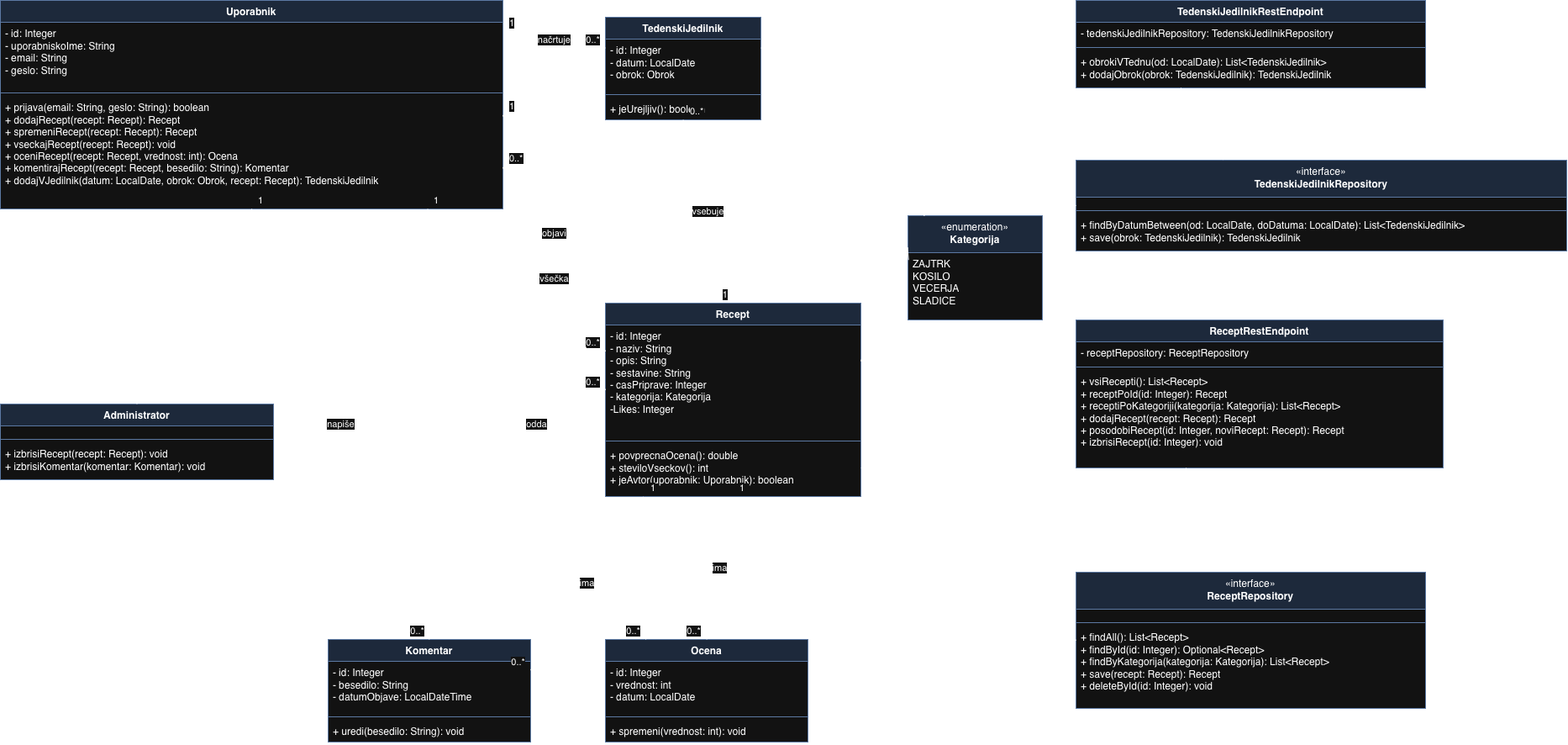
This is frontend/src/images/razredni-diagram.png from rokkk56/RecipeBook, a draw.io export, as it was before one commit. Source tidied: cells renumbered, new cells last; positions are measured from the earlier drawing's top-left corner, leaving out a move shared by most shapes.
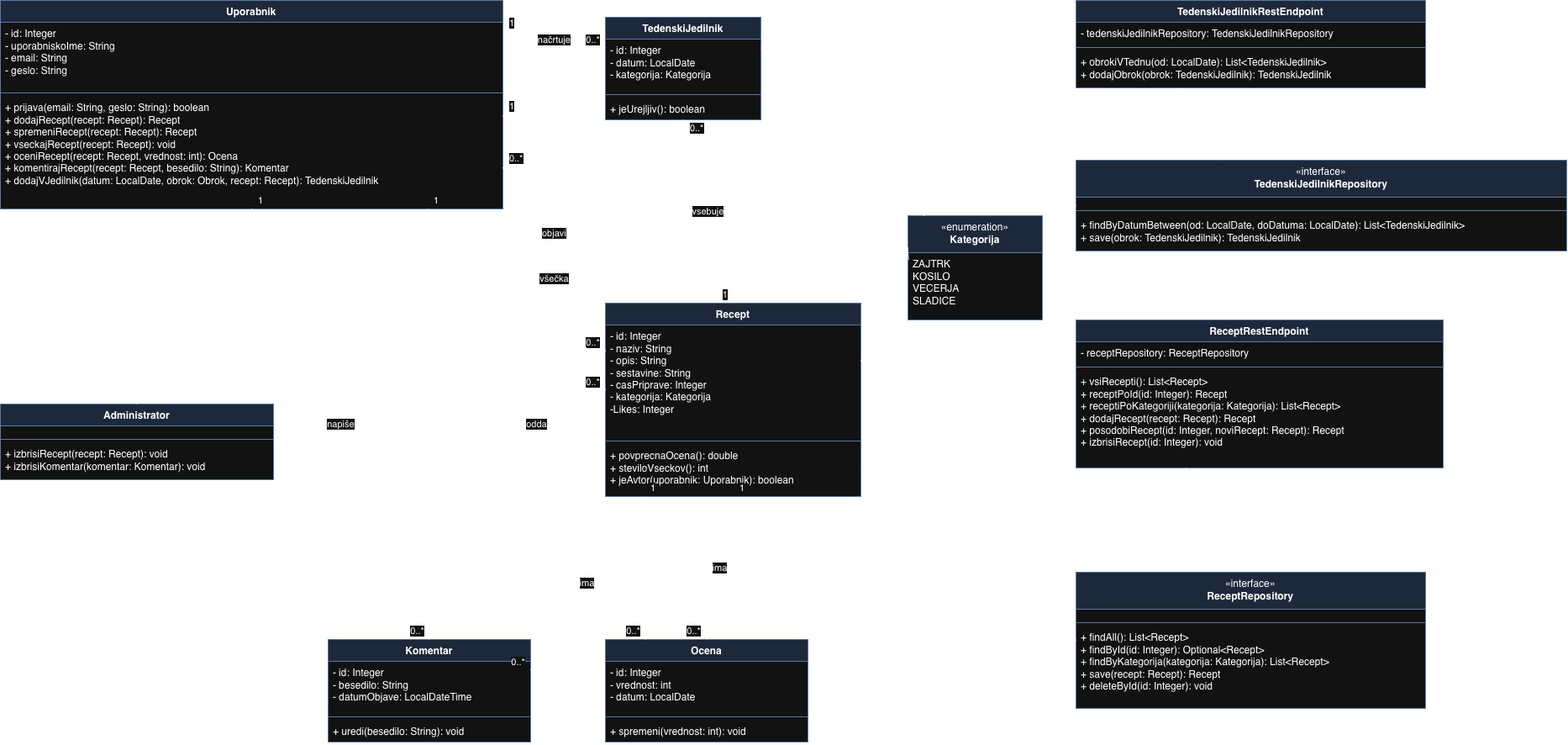
The same diagram one commit later.

Commit message:
Popravljen razredni diagram

Change to the diagram source:
```diff
@@ -29,7 +29,7 @@
     <mxCell id="10" value="TedenskiJedilnik" style="swimlane;fontStyle=1;align=center;verticalAlign=top;horizontal=1;startSize=26;whiteSpace=wrap;html=1;fillColor=#dae8fc;strokeColor=#6c8ebf;swimlaneFillColor=#ffffff;" parent="1" vertex="1">
       <mxGeometry x="720" y="20" width="185" height="122" as="geometry" />
     </mxCell>
-    <mxCell id="11" value="- id: Integer&lt;br&gt;- datum: LocalDate&lt;br&gt;- obrok: Obrok" style="text;strokeColor=none;fillColor=none;align=left;verticalAlign=top;spacingLeft=4;spacingRight=4;overflow=hidden;whiteSpace=wrap;html=1;" parent="10" vertex="1">
+    <mxCell id="11" value="- id: Integer&lt;br&gt;- datum: LocalDate&lt;br&gt;- kategorija: Kategorija" style="text;strokeColor=none;fillColor=none;align=left;verticalAlign=top;spacingLeft=4;spacingRight=4;overflow=hidden;whiteSpace=wrap;html=1;" parent="10" vertex="1">
       <mxGeometry y="26" width="185" height="62" as="geometry" />
     </mxCell>
     <mxCell id="12" style="line;strokeWidth=1;fillColor=none;align=left;verticalAlign=middle;spacingTop=-1;spacingLeft=3;spacingRight=3;labelPosition=right;strokeColor=inherit;" parent="10" vertex="1">
@@ -227,7 +227,7 @@
     </mxCell>
     <mxCell id="67" value="0..*" style="edgeLabel;html=1;align=left;verticalAlign=bottom;fontSize=11;" parent="66" vertex="1">
       <mxGeometry x="-1" relative="1" as="geometry">
-        <mxPoint x="6" y="-2" as="offset" />
+        <mxPoint x="6" y="18" as="offset" />
       </mxGeometry>
     </mxCell>
     <mxCell id="68" value="1" style="edgeLabel;html=1;align=right;verticalAlign=bottom;fontSize=11;" parent="66" vertex="1">
```
